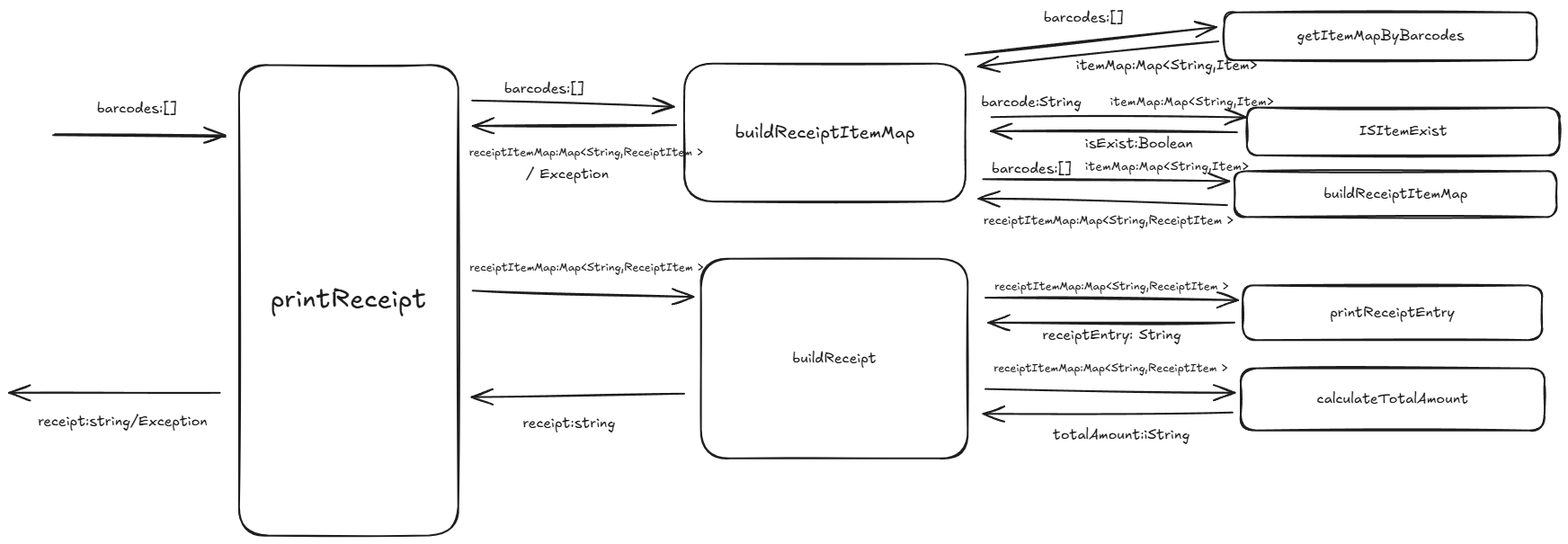
afs-public-2025/day3-pos-machine-starter keeps this Excalidraw diagram as src/main/resources/static/receipt.excalidraw.png. Above is the earlier version. Source tidied: one line per element, renumbered; positions are measured from the earlier drawing's top-left corner, leaving out a move shared by most shapes. The source it was exported from:
```json
{"id": 0, "type": "rectangle", "strokeColor": "#1e1e1e", "strokeWidth": 2, "roughness": 1, "round": true, "x": 256, "y": 62, "width": 244, "height": 523}
{"id": 1, "type": "text", "text": "printReceipt", "strokeColor": "#1e1e1e", "strokeWidth": 2, "roughness": 1, "fontSize": 29.3, "fontFamily": 5, "textAlign": "center", "verticalAlign": "middle", "inside": 0, "x": 291, "y": 306, "width": 174, "height": 37}
{"id": 2, "type": "arrow", "strokeColor": "#1e1e1e", "strokeWidth": 2, "roughness": 1, "endArrowhead": "arrow", "round": true, "to": 0, "x": 49, "y": 140, "width": 190, "height": 1, "points": [[0, 0], [190, 1]]}
{"id": 3, "type": "text", "text": "barcodes:[]", "strokeColor": "#1e1e1e", "strokeWidth": 2, "roughness": 1, "fontSize": 16, "fontFamily": 5, "x": 98, "y": 101, "width": 89, "height": 20}
{"id": 4, "type": "rectangle", "strokeColor": "#1e1e1e", "strokeWidth": 2, "roughness": 1, "round": true, "x": 751, "y": 61, "width": 313, "height": 153}
{"id": 5, "type": "text", "text": "buildReceiptItemMap", "strokeColor": "#1e1e1e", "strokeWidth": 2, "roughness": 1, "fontSize": 20, "fontFamily": 5, "textAlign": "center", "verticalAlign": "middle", "inside": 4, "x": 807, "y": 125, "width": 200, "height": 25}
{"id": 6, "type": "arrow", "strokeColor": "#1e1e1e", "strokeWidth": 2, "roughness": 1, "endArrowhead": "arrow", "from": 0, "to": 4, "x": 515, "y": 102, "width": 224, "height": 7, "points": [[0, 0], [224, 7]]}
{"id": 7, "type": "text", "text": "barcodes:[]", "strokeColor": "#1e1e1e", "strokeWidth": 2, "roughness": 1, "fontSize": 16, "fontFamily": 5, "x": 551, "y": 78, "width": 89, "height": 20}
{"id": 8, "type": "arrow", "strokeColor": "#1e1e1e", "strokeWidth": 2, "roughness": 1, "endArrowhead": "arrow", "from": 4, "to": 0, "x": 742, "y": 129, "width": 226, "height": 1, "points": [[0, 0], [-226, 1]]}
{"id": 9, "type": "rectangle", "strokeColor": "#1e1e1e", "strokeWidth": 2, "roughness": 1, "round": true, "x": 1377, "y": 110, "width": 348, "height": 53}
{"id": 10, "type": "text", "text": "ISItemExist", "strokeColor": "#1e1e1e", "strokeWidth": 2, "roughness": 1, "fontSize": 16, "fontFamily": 5, "textAlign": "center", "verticalAlign": "middle", "inside": 9, "x": 1502, "y": 126, "width": 98, "height": 20}
{"id": 11, "type": "arrow", "strokeColor": "#1e1e1e", "strokeWidth": 2, "roughness": 1, "endArrowhead": "arrow", "from": 4, "to": 9, "x": 1093, "y": 120, "width": 283, "height": 0, "points": [[0, 0], [283, 0]]}
{"id": 12, "type": "arrow", "strokeColor": "#1e1e1e", "strokeWidth": 2, "roughness": 1, "endArrowhead": "arrow", "from": 9, "to": 4, "x": 1366, "y": 137, "width": 274, "height": 1, "points": [[0, 0], [-274, -1]]}
{"id": 13, "type": "text", "text": "barcode:String", "strokeColor": "#1e1e1e", "strokeWidth": 2, "roughness": 1, "fontSize": 16, "fontFamily": 5, "x": 1081, "y": 94, "width": 112, "height": 20}
{"id": 14, "type": "text", "text": "isExist:Boolean", "strokeColor": "#1e1e1e", "strokeWidth": 2, "roughness": 1, "fontSize": 16, "fontFamily": 5, "x": 1197, "y": 140, "width": 120, "height": 20}
{"id": 15, "type": "rectangle", "strokeColor": "#1e1e1e", "strokeWidth": 2, "roughness": 1, "round": true, "x": 1363, "y": 180, "width": 358, "height": 51}
{"id": 16, "type": "text", "text": "buildReceiptItemMap", "strokeColor": "#1e1e1e", "strokeWidth": 2, "roughness": 1, "fontSize": 16, "fontFamily": 5, "textAlign": "center", "verticalAlign": "middle", "inside": 15, "x": 1462, "y": 196, "width": 160, "height": 20}
{"id": 17, "type": "arrow", "strokeColor": "#1e1e1e", "strokeWidth": 2, "roughness": 1, "endArrowhead": "arrow", "from": 4, "to": 15, "x": 1084, "y": 189, "width": 274, "height": 2, "points": [[0, 0], [274, 2]]}
{"id": 18, "type": "text", "text": "barcodes:[]", "strokeColor": "#1e1e1e", "strokeWidth": 2, "roughness": 1, "fontSize": 16, "fontFamily": 5, "x": 1093, "y": 167, "width": 89, "height": 20}
{"id": 19, "type": "arrow", "strokeColor": "#1e1e1e", "strokeWidth": 2, "roughness": 1, "endArrowhead": "arrow", "from": 39, "to": 4, "x": 1355, "y": 218, "width": 277, "height": 7, "points": [[0, 0], [-277, -7]]}
{"id": 20, "type": "text", "text": "receiptItemMap:Map<String,ReceiptItem >", "strokeColor": "#1e1e1e", "strokeWidth": 2, "roughness": 1, "fontSize": 12.85, "fontFamily": 5, "x": 512, "y": 152, "width": 260, "height": 16}
{"id": 21, "type": "text", "text": "/ Exception", "strokeColor": "#1e1e1e", "strokeWidth": 2, "roughness": 1, "fontSize": 16, "fontFamily": 5, "x": 575, "y": 174, "width": 92, "height": 20}
{"id": 22, "type": "rectangle", "strokeColor": "#1e1e1e", "strokeWidth": 2, "roughness": 1, "round": true, "x": 770, "y": 278, "width": 297, "height": 222}
{"id": 23, "type": "text", "text": "buildReceipt", "strokeColor": "#1e1e1e", "strokeWidth": 2, "roughness": 1, "fontSize": 16, "fontFamily": 5, "textAlign": "center", "verticalAlign": "middle", "inside": 22, "x": 871, "y": 379, "width": 93, "height": 20}
{"id": 24, "type": "arrow", "strokeColor": "#1e1e1e", "strokeWidth": 2, "roughness": 1, "endArrowhead": "arrow", "from": 0, "to": 22, "x": 516, "y": 313, "width": 246, "height": 7, "points": [[0, 0], [246, 7]]}
{"id": 25, "type": "arrow", "strokeColor": "#1e1e1e", "strokeWidth": 2, "roughness": 1, "endArrowhead": "arrow", "from": 22, "x": 1086, "y": 321, "width": 281, "height": 3, "points": [[0, 0], [281, 3]]}
{"id": 26, "type": "rectangle", "strokeColor": "#1e1e1e", "strokeWidth": 2, "roughness": 1, "round": true, "x": 1372, "y": 307, "width": 333, "height": 61}
{"id": 27, "type": "text", "text": "printReceiptEntry", "strokeColor": "#1e1e1e", "strokeWidth": 2, "roughness": 1, "fontSize": 16, "fontFamily": 5, "textAlign": "center", "verticalAlign": "middle", "inside": 26, "x": 1469, "y": 328, "width": 139, "height": 20}
{"id": 28, "type": "arrow", "strokeColor": "#1e1e1e", "strokeWidth": 2, "roughness": 1, "endArrowhead": "arrow", "to": 22, "x": 1363, "y": 349, "width": 274, "height": 0, "points": [[0, 0], [-274, 0]]}
{"id": 29, "type": "text", "text": "receiptEntry: String", "strokeColor": "#1e1e1e", "strokeWidth": 2, "roughness": 1, "fontSize": 16, "fontFamily": 5, "x": 1150, "y": 353, "width": 154, "height": 20}
{"id": 30, "type": "arrow", "strokeColor": "#1e1e1e", "strokeWidth": 2, "roughness": 1, "endArrowhead": "arrow", "from": 22, "to": 31, "x": 1086, "y": 423, "width": 277, "height": 4, "points": [[0, 0], [277, 4]]}
{"id": 31, "type": "rectangle", "strokeColor": "#1e1e1e", "strokeWidth": 2, "roughness": 1, "round": true, "x": 1370, "y": 400, "width": 338, "height": 69}
{"id": 32, "type": "text", "text": "calculateTotalAmount", "strokeColor": "#1e1e1e", "strokeWidth": 2, "roughness": 1, "fontSize": 16, "fontFamily": 5, "textAlign": "center", "verticalAlign": "middle", "inside": 31, "x": 1455, "y": 424, "width": 169, "height": 20}
{"id": 33, "type": "text", "text": "totalAmount:iString", "strokeColor": "#1e1e1e", "strokeWidth": 2, "roughness": 1, "fontSize": 16, "fontFamily": 5, "x": 1161, "y": 464, "width": 152, "height": 20}
{"id": 34, "type": "arrow", "strokeColor": "#1e1e1e", "strokeWidth": 2, "roughness": 1, "endArrowhead": "arrow", "from": 31, "to": 22, "x": 1361, "y": 449, "width": 277, "height": 1, "points": [[0, 0], [-277, 1]]}
{"id": 35, "type": "arrow", "strokeColor": "#1e1e1e", "strokeWidth": 2, "roughness": 1, "endArrowhead": "arrow", "from": 22, "to": 0, "x": 751, "y": 428, "width": 236, "height": 4, "points": [[0, 0], [-236, 4]]}
{"id": 36, "type": "text", "text": "receipt:string", "strokeColor": "#1e1e1e", "strokeWidth": 2, "roughness": 1, "fontSize": 16, "fontFamily": 5, "x": 572, "y": 451, "width": 103, "height": 20}
{"id": 37, "type": "arrow", "strokeColor": "#1e1e1e", "strokeWidth": 2, "roughness": 1, "endArrowhead": "arrow", "from": 0, "x": 235, "y": 427, "width": 235, "height": 0, "points": [[0, 0], [-235, 0]]}
{"id": 38, "type": "text", "text": "receipt:string/Exception", "strokeColor": "#1e1e1e", "strokeWidth": 2, "roughness": 1, "fontSize": 16, "fontFamily": 5, "x": 32, "y": 449, "width": 188, "height": 20}
{"id": 39, "type": "text", "text": "receiptItemMap:Map<String,ReceiptItem >", "strokeColor": "#1e1e1e", "strokeWidth": 2, "roughness": 1, "fontSize": 13.72, "fontFamily": 5, "x": 1084, "y": 227, "width": 278, "height": 17}
{"id": 40, "type": "text", "text": "receiptItemMap:Map<String,ReceiptItem >", "strokeColor": "#1e1e1e", "strokeWidth": 2, "roughness": 1, "fontSize": 12.85, "fontFamily": 5, "x": 512, "y": 280, "width": 260, "height": 16}
{"id": 41, "type": "text", "text": "receiptItemMap:Map<String,ReceiptItem >", "strokeColor": "#1e1e1e", "strokeWidth": 2, "roughness": 1, "fontSize": 12.85, "fontFamily": 5, "x": 1096, "y": 301, "width": 260, "height": 16}
{"id": 42, "type": "text", "text": "receiptItemMap:Map<String,ReceiptItem >", "strokeColor": "#1e1e1e", "strokeWidth": 2, "roughness": 1, "fontSize": 12.85, "fontFamily": 5, "x": 1095, "y": 392, "width": 260, "height": 16}
{"id": 43, "type": "rectangle", "strokeColor": "#1e1e1e", "strokeWidth": 2, "roughness": 1, "round": true, "x": 1352, "y": 4, "width": 348, "height": 53}
{"id": 44, "type": "text", "text": "getItemMapByBarcodes", "strokeColor": "#1e1e1e", "strokeWidth": 2, "roughness": 1, "fontSize": 16, "fontFamily": 5, "textAlign": "center", "verticalAlign": "middle", "inside": 43, "x": 1432, "y": 20, "width": 186, "height": 20}
{"id": 45, "type": "arrow", "strokeColor": "#1e1e1e", "strokeWidth": 2, "roughness": 1, "endArrowhead": "arrow", "from": 4, "to": 43, "x": 1064, "y": 51, "width": 279, "height": 31, "points": [[0, 0], [279, -31]]}
{"id": 46, "type": "arrow", "strokeColor": "#1e1e1e", "strokeWidth": 2, "roughness": 1, "endArrowhead": "arrow", "from": 43, "to": 4, "x": 1345, "y": 36, "width": 268, "height": 28, "points": [[0, 0], [-268, 28]]}
{"id": 47, "type": "text", "text": "barcodes:[]", "strokeColor": "#1e1e1e", "strokeWidth": 2, "roughness": 1, "fontSize": 16, "fontFamily": 5, "x": 1151, "y": 0, "width": 89, "height": 20}
{"id": 48, "type": "text", "text": "itemMap:Map<String,Item>", "strokeColor": "#1e1e1e", "strokeWidth": 2, "roughness": 1, "fontSize": 16, "fontFamily": 5, "x": 1187, "y": 53, "width": 202, "height": 20}
{"id": 49, "type": "text", "text": "itemMap:Map<String,Item>", "strokeColor": "#1e1e1e", "strokeWidth": 2, "roughness": 1, "fontSize": 14.45, "fontFamily": 5, "x": 1197, "y": 166, "width": 182, "height": 18}
{"id": 50, "type": "text", "text": "itemMap:Map<String,Item>", "strokeColor": "#1e1e1e", "strokeWidth": 2, "roughness": 1, "fontSize": 14.45, "fontFamily": 5, "x": 1225, "y": 94, "width": 182, "height": 18}
```
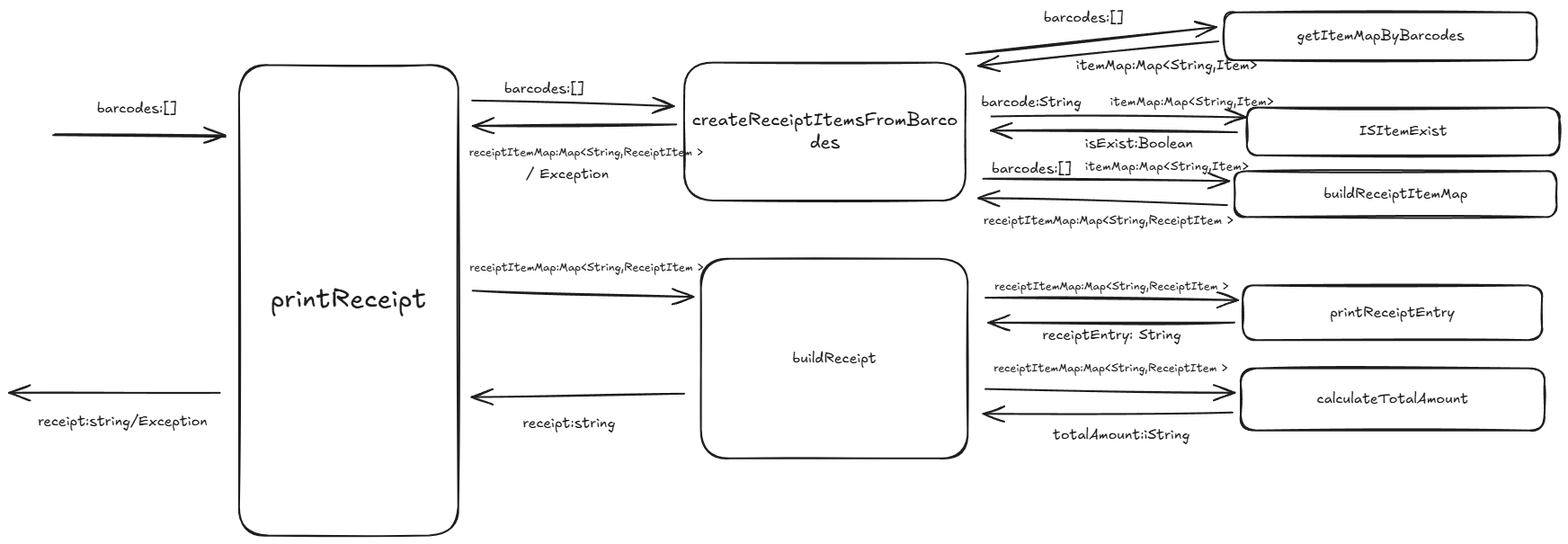
Above is the later version.

The edit, as a diff of the source:
```diff
@@ -2,22 +2,22 @@
 {"id": 1, "type": "text", "text": "printReceipt", "strokeColor": "#1e1e1e", "strokeWidth": 2, "roughness": 1, "fontSize": 29.3, "fontFamily": 5, "textAlign": "center", "verticalAlign": "middle", "inside": 0, "x": 291, "y": 306, "width": 174, "height": 37}
 {"id": 2, "type": "arrow", "strokeColor": "#1e1e1e", "strokeWidth": 2, "roughness": 1, "endArrowhead": "arrow", "round": true, "to": 0, "x": 49, "y": 140, "width": 190, "height": 1, "points": [[0, 0], [190, 1]]}
 {"id": 3, "type": "text", "text": "barcodes:[]", "strokeColor": "#1e1e1e", "strokeWidth": 2, "roughness": 1, "fontSize": 16, "fontFamily": 5, "x": 98, "y": 101, "width": 89, "height": 20}
-{"id": 4, "type": "rectangle", "strokeColor": "#1e1e1e", "strokeWidth": 2, "roughness": 1, "round": true, "x": 751, "y": 61, "width": 313, "height": 153}
+{"id": 4, "type": "rectangle", "strokeColor": "#1e1e1e", "strokeWidth": 2, "roughness": 1, "round": true, "x": 751, "y": 60, "width": 313, "height": 153}
-{"id": 5, "type": "text", "text": "buildReceiptItemMap", "strokeColor": "#1e1e1e", "strokeWidth": 2, "roughness": 1, "fontSize": 20, "fontFamily": 5, "textAlign": "center", "verticalAlign": "middle", "inside": 4, "x": 807, "y": 125, "width": 200, "height": 25}
+{"id": 5, "type": "text", "text": "createReceiptItemsFromBarco\ndes", "strokeColor": "#1e1e1e", "strokeWidth": 2, "roughness": 1, "fontSize": 20, "fontFamily": 5, "textAlign": "center", "verticalAlign": "middle", "inside": 4, "x": 760, "y": 111, "width": 296, "height": 50}
-{"id": 6, "type": "arrow", "strokeColor": "#1e1e1e", "strokeWidth": 2, "roughness": 1, "endArrowhead": "arrow", "from": 0, "to": 4, "x": 515, "y": 102, "width": 224, "height": 7, "points": [[0, 0], [224, 7]]}
+{"id": 6, "type": "arrow", "strokeColor": "#1e1e1e", "strokeWidth": 2, "roughness": 1, "endArrowhead": "arrow", "from": 0, "to": 4, "x": 515, "y": 102, "width": 224, "height": 6, "points": [[0, 0], [224, 6]]}
 {"id": 7, "type": "text", "text": "barcodes:[]", "strokeColor": "#1e1e1e", "strokeWidth": 2, "roughness": 1, "fontSize": 16, "fontFamily": 5, "x": 551, "y": 78, "width": 89, "height": 20}
-{"id": 8, "type": "arrow", "strokeColor": "#1e1e1e", "strokeWidth": 2, "roughness": 1, "endArrowhead": "arrow", "from": 4, "to": 0, "x": 742, "y": 129, "width": 226, "height": 1, "points": [[0, 0], [-226, 1]]}
+{"id": 8, "type": "arrow", "strokeColor": "#1e1e1e", "strokeWidth": 2, "roughness": 1, "endArrowhead": "arrow", "from": 4, "to": 0, "x": 742, "y": 128, "width": 226, "height": 2, "points": [[0, 0], [-226, 2]]}
 {"id": 9, "type": "rectangle", "strokeColor": "#1e1e1e", "strokeWidth": 2, "roughness": 1, "round": true, "x": 1377, "y": 110, "width": 348, "height": 53}
 {"id": 10, "type": "text", "text": "ISItemExist", "strokeColor": "#1e1e1e", "strokeWidth": 2, "roughness": 1, "fontSize": 16, "fontFamily": 5, "textAlign": "center", "verticalAlign": "middle", "inside": 9, "x": 1502, "y": 126, "width": 98, "height": 20}
-{"id": 11, "type": "arrow", "strokeColor": "#1e1e1e", "strokeWidth": 2, "roughness": 1, "endArrowhead": "arrow", "from": 4, "to": 9, "x": 1093, "y": 120, "width": 283, "height": 0, "points": [[0, 0], [283, 0]]}
+{"id": 11, "type": "arrow", "strokeColor": "#1e1e1e", "strokeWidth": 2, "roughness": 1, "endArrowhead": "arrow", "from": 4, "to": 9, "x": 1093, "y": 120, "width": 283, "height": 1, "points": [[0, 0], [283, 1]]}
-{"id": 12, "type": "arrow", "strokeColor": "#1e1e1e", "strokeWidth": 2, "roughness": 1, "endArrowhead": "arrow", "from": 9, "to": 4, "x": 1366, "y": 137, "width": 274, "height": 1, "points": [[0, 0], [-274, -1]]}
+{"id": 12, "type": "arrow", "strokeColor": "#1e1e1e", "strokeWidth": 2, "roughness": 1, "endArrowhead": "arrow", "from": 9, "to": 4, "x": 1366, "y": 137, "width": 274, "height": 2, "points": [[0, 0], [-274, -2]]}
 {"id": 13, "type": "text", "text": "barcode:String", "strokeColor": "#1e1e1e", "strokeWidth": 2, "roughness": 1, "fontSize": 16, "fontFamily": 5, "x": 1081, "y": 94, "width": 112, "height": 20}
 {"id": 14, "type": "text", "text": "isExist:Boolean", "strokeColor": "#1e1e1e", "strokeWidth": 2, "roughness": 1, "fontSize": 16, "fontFamily": 5, "x": 1197, "y": 140, "width": 120, "height": 20}
 {"id": 15, "type": "rectangle", "strokeColor": "#1e1e1e", "strokeWidth": 2, "roughness": 1, "round": true, "x": 1363, "y": 180, "width": 358, "height": 51}
 {"id": 16, "type": "text", "text": "buildReceiptItemMap", "strokeColor": "#1e1e1e", "strokeWidth": 2, "roughness": 1, "fontSize": 16, "fontFamily": 5, "textAlign": "center", "verticalAlign": "middle", "inside": 15, "x": 1462, "y": 196, "width": 160, "height": 20}
-{"id": 17, "type": "arrow", "strokeColor": "#1e1e1e", "strokeWidth": 2, "roughness": 1, "endArrowhead": "arrow", "from": 4, "to": 15, "x": 1084, "y": 189, "width": 274, "height": 2, "points": [[0, 0], [274, 2]]}
+{"id": 17, "type": "arrow", "strokeColor": "#1e1e1e", "strokeWidth": 2, "roughness": 1, "endArrowhead": "arrow", "from": 4, "to": 15, "x": 1083, "y": 189, "width": 274, "height": 3, "points": [[0, 0], [274, 3]]}
 {"id": 18, "type": "text", "text": "barcodes:[]", "strokeColor": "#1e1e1e", "strokeWidth": 2, "roughness": 1, "fontSize": 16, "fontFamily": 5, "x": 1093, "y": 167, "width": 89, "height": 20}
-{"id": 19, "type": "arrow", "strokeColor": "#1e1e1e", "strokeWidth": 2, "roughness": 1, "endArrowhead": "arrow", "from": 39, "to": 4, "x": 1355, "y": 218, "width": 277, "height": 7, "points": [[0, 0], [-277, -7]]}
+{"id": 19, "type": "arrow", "strokeColor": "#1e1e1e", "strokeWidth": 2, "roughness": 1, "endArrowhead": "arrow", "from": 39, "to": 4, "x": 1355, "y": 218, "width": 277, "height": 8, "points": [[0, 0], [-277, -8]]}
 {"id": 20, "type": "text", "text": "receiptItemMap:Map<String,ReceiptItem >", "strokeColor": "#1e1e1e", "strokeWidth": 2, "roughness": 1, "fontSize": 12.85, "fontFamily": 5, "x": 512, "y": 152, "width": 260, "height": 16}
 {"id": 21, "type": "text", "text": "/ Exception", "strokeColor": "#1e1e1e", "strokeWidth": 2, "roughness": 1, "fontSize": 16, "fontFamily": 5, "x": 575, "y": 174, "width": 92, "height": 20}
 {"id": 22, "type": "rectangle", "strokeColor": "#1e1e1e", "strokeWidth": 2, "roughness": 1, "round": true, "x": 770, "y": 278, "width": 297, "height": 222}
@@ -43,8 +43,8 @@
 {"id": 42, "type": "text", "text": "receiptItemMap:Map<String,ReceiptItem >", "strokeColor": "#1e1e1e", "strokeWidth": 2, "roughness": 1, "fontSize": 12.85, "fontFamily": 5, "x": 1095, "y": 392, "width": 260, "height": 16}
 {"id": 43, "type": "rectangle", "strokeColor": "#1e1e1e", "strokeWidth": 2, "roughness": 1, "round": true, "x": 1352, "y": 4, "width": 348, "height": 53}
 {"id": 44, "type": "text", "text": "getItemMapByBarcodes", "strokeColor": "#1e1e1e", "strokeWidth": 2, "roughness": 1, "fontSize": 16, "fontFamily": 5, "textAlign": "center", "verticalAlign": "middle", "inside": 43, "x": 1432, "y": 20, "width": 186, "height": 20}
-{"id": 45, "type": "arrow", "strokeColor": "#1e1e1e", "strokeWidth": 2, "roughness": 1, "endArrowhead": "arrow", "from": 4, "to": 43, "x": 1064, "y": 51, "width": 279, "height": 31, "points": [[0, 0], [279, -31]]}
+{"id": 45, "type": "arrow", "strokeColor": "#1e1e1e", "strokeWidth": 2, "roughness": 1, "endArrowhead": "arrow", "from": 4, "to": 43, "x": 1064, "y": 50, "width": 279, "height": 30, "points": [[0, 0], [279, -30]]}
-{"id": 46, "type": "arrow", "strokeColor": "#1e1e1e", "strokeWidth": 2, "roughness": 1, "endArrowhead": "arrow", "from": 43, "to": 4, "x": 1345, "y": 36, "width": 268, "height": 28, "points": [[0, 0], [-268, 28]]}
+{"id": 46, "type": "arrow", "strokeColor": "#1e1e1e", "strokeWidth": 2, "roughness": 1, "endArrowhead": "arrow", "from": 43, "to": 4, "x": 1345, "y": 36, "width": 267, "height": 27, "points": [[0, 0], [-267, 27]]}
 {"id": 47, "type": "text", "text": "barcodes:[]", "strokeColor": "#1e1e1e", "strokeWidth": 2, "roughness": 1, "fontSize": 16, "fontFamily": 5, "x": 1151, "y": 0, "width": 89, "height": 20}
 {"id": 48, "type": "text", "text": "itemMap:Map<String,Item>", "strokeColor": "#1e1e1e", "strokeWidth": 2, "roughness": 1, "fontSize": 16, "fontFamily": 5, "x": 1187, "y": 53, "width": 202, "height": 20}
 {"id": 49, "type": "text", "text": "itemMap:Map<String,Item>", "strokeColor": "#1e1e1e", "strokeWidth": 2, "roughness": 1, "fontSize": 14.45, "fontFamily": 5, "x": 1197, "y": 166, "width": 182, "height": 18}
```
